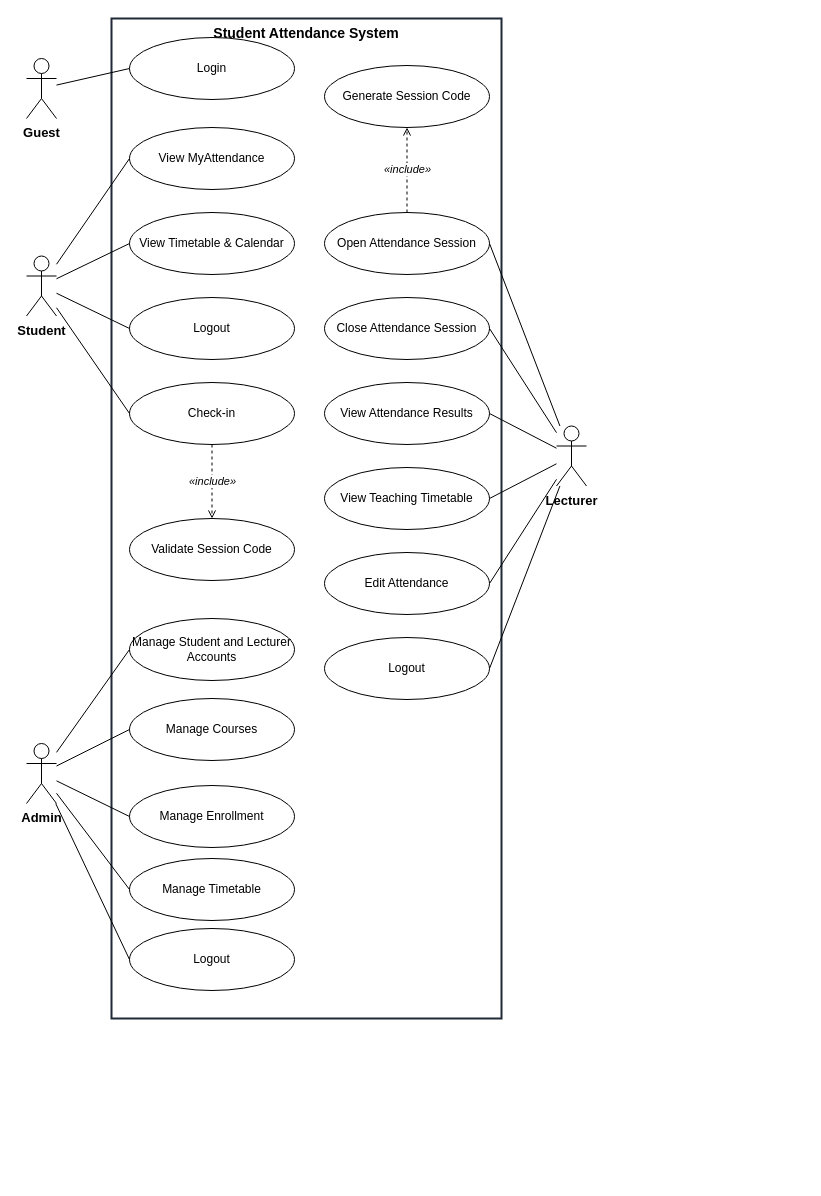
This is Student_Attendance_Usecase.drawio.xml from QnTIie2409/CNPM-GROUP03, a draw.io file, before an edit. Source tidied: cells renumbered, new cells numbered last; positions are measured from the earlier drawing's top-left corner, leaving out a move shared by most shapes. Both pictures are drawn from the tidied source at 100%, with x=0, y=0 at pixel (26, 18).
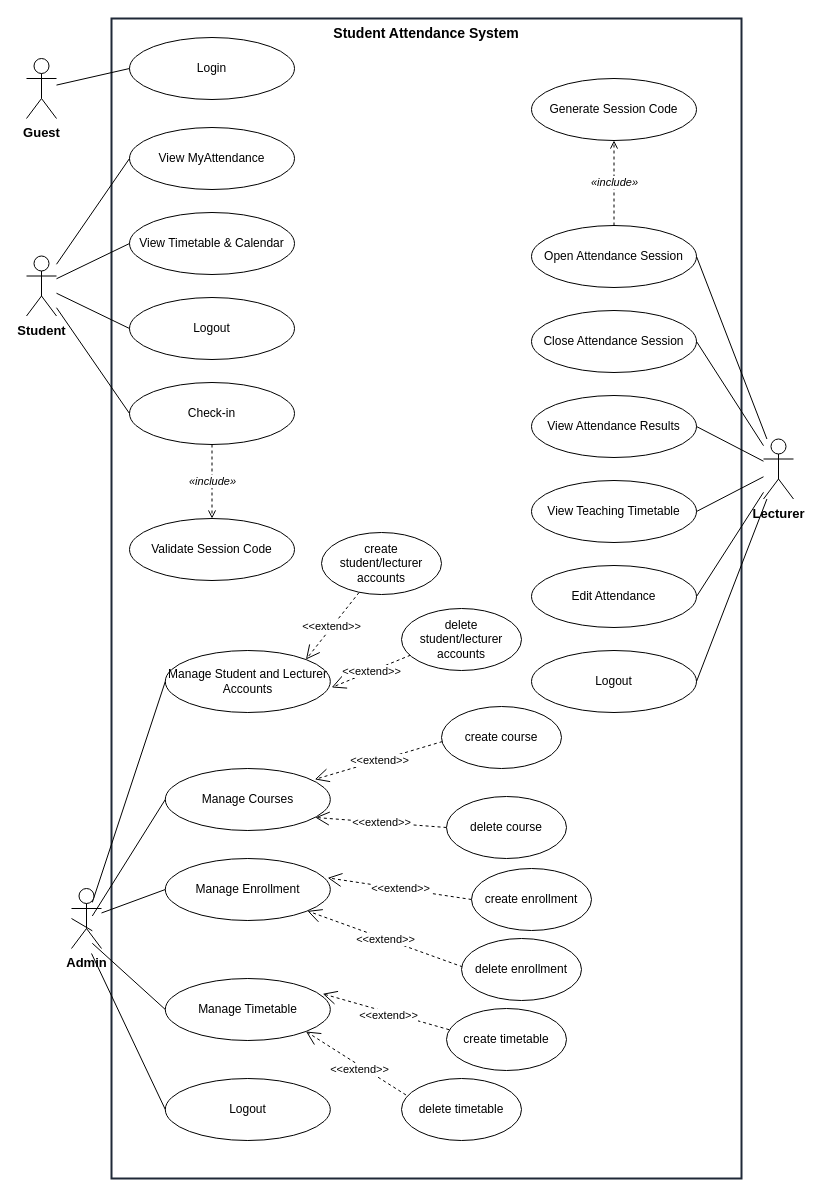
After the change.

Change to the diagram source:
```diff
@@
     <mxCell id="2" value="&lt;b&gt;Student Attendance System&lt;/b&gt;" style="rounded=0;whiteSpace=wrap;html=1;fillColor=none;strokeColor=#1f2937;strokeWidth=2;verticalAlign=top;fontSize=14;align=center;" parent="1" vertex="1">
-      <mxGeometry x="85" width="390" height="1000" as="geometry" />
+      <mxGeometry x="85" width="630" height="1160" as="geometry" />
     </mxCell>
@@
     <mxCell id="8" value="Manage Student and Lecturer Accounts" style="ellipse;whiteSpace=wrap;html=1;fontSize=12;" parent="1" vertex="1">
-      <mxGeometry x="103" y="600" width="165" height="62" as="geometry" />
+      <mxGeometry x="138.8" y="632" width="165" height="62" as="geometry" />
     </mxCell>
     <mxCell id="9" value="Manage Courses" style="ellipse;whiteSpace=wrap;html=1;fontSize=12;" parent="1" vertex="1">
-      <mxGeometry x="103" y="680" width="165" height="62" as="geometry" />
+      <mxGeometry x="138.8" y="750" width="165" height="62" as="geometry" />
     </mxCell>
     <mxCell id="10" value="Manage Enrollment" style="ellipse;whiteSpace=wrap;html=1;fontSize=12;" parent="1" vertex="1">
-      <mxGeometry x="103" y="767" width="165" height="62" as="geometry" />
+      <mxGeometry x="138.8" y="840" width="165" height="62" as="geometry" />
     </mxCell>
     <mxCell id="11" value="Logout" style="ellipse;whiteSpace=wrap;html=1;fontSize=12;" parent="1" vertex="1">
-      <mxGeometry x="103" y="910" width="165" height="62" as="geometry" />
+      <mxGeometry x="138.8" y="1060" width="165" height="62" as="geometry" />
     </mxCell>
     <mxCell id="12" value="Generate Session Code" style="ellipse;whiteSpace=wrap;html=1;fontSize=12;" parent="1" vertex="1">
-      <mxGeometry x="298" y="47" width="165" height="62" as="geometry" />
+      <mxGeometry x="505" y="60" width="165" height="62" as="geometry" />
     </mxCell>
     <mxCell id="13" value="Open Attendance Session" style="ellipse;whiteSpace=wrap;html=1;fontSize=12;" parent="1" vertex="1">
-      <mxGeometry x="298" y="194" width="165" height="62" as="geometry" />
+      <mxGeometry x="505" y="207" width="165" height="62" as="geometry" />
     </mxCell>
     <mxCell id="14" value="Close Attendance Session" style="ellipse;whiteSpace=wrap;html=1;fontSize=12;" parent="1" vertex="1">
-      <mxGeometry x="298" y="279" width="165" height="62" as="geometry" />
+      <mxGeometry x="505" y="292" width="165" height="62" as="geometry" />
     </mxCell>
     <mxCell id="15" value="View Attendance Results" style="ellipse;whiteSpace=wrap;html=1;fontSize=12;" parent="1" vertex="1">
-      <mxGeometry x="298" y="364" width="165" height="62" as="geometry" />
+      <mxGeometry x="505" y="377" width="165" height="62" as="geometry" />
     </mxCell>
     <mxCell id="16" value="Edit Attendance" style="ellipse;whiteSpace=wrap;html=1;fontSize=12;" parent="1" vertex="1">
-      <mxGeometry x="298" y="534" width="165" height="62" as="geometry" />
+      <mxGeometry x="505" y="547" width="165" height="62" as="geometry" />
     </mxCell>
     <mxCell id="17" value="Logout" style="ellipse;whiteSpace=wrap;html=1;fontSize=12;" parent="1" vertex="1">
-      <mxGeometry x="298" y="619" width="165" height="62" as="geometry" />
+      <mxGeometry x="505" y="632" width="165" height="62" as="geometry" />
     </mxCell>
@@
-    <mxCell id="20" value="Admin" style="shape=umlActor;verticalLabelPosition=bottom;verticalAlign=top;html=1;outlineConnect=0;fontStyle=1;fontSize=13;" parent="1" vertex="1">
-      <mxGeometry y="725" width="30" height="60" as="geometry" />
-    </mxCell>
     <mxCell id="21" value="Lecturer" style="shape=umlActor;verticalLabelPosition=bottom;verticalAlign=top;html=1;outlineConnect=0;fontStyle=1;fontSize=13;" parent="1" vertex="1">
-      <mxGeometry x="530" y="407.5" width="30" height="60" as="geometry" />
+      <mxGeometry x="737" y="420.5" width="30" height="60" as="geometry" />
     </mxCell>
@@
-    <mxCell id="26" style="endArrow=none;html=1;entryX=0;entryY=0.5;entryDx=0;entryDy=0;" parent="1" edge="1" source="20" target="8">
-      <mxGeometry relative="1" as="geometry" />
+    <mxCell id="26" style="endArrow=none;html=1;entryX=0;entryY=0.5;entryDx=0;entryDy=0;" parent="1" edge="1" target="8">
+      <mxGeometry relative="1" as="geometry">
+        <mxPoint x="65.8" y="883.9" as="sourcePoint" />
+      </mxGeometry>
     </mxCell>
-    <mxCell id="27" style="endArrow=none;html=1;entryX=0;entryY=0.5;entryDx=0;entryDy=0;" parent="1" edge="1" source="20" target="9">
-      <mxGeometry relative="1" as="geometry" />
+    <mxCell id="27" style="endArrow=none;html=1;entryX=0;entryY=0.5;entryDx=0;entryDy=0;" parent="1" edge="1" target="9">
+      <mxGeometry relative="1" as="geometry">
+        <mxPoint x="65.8" y="897.5" as="sourcePoint" />
+      </mxGeometry>
     </mxCell>
@@
-    <mxCell id="29" style="endArrow=none;html=1;entryX=0;entryY=0.5;entryDx=0;entryDy=0;" parent="1" edge="1" source="20" target="11">
-      <mxGeometry relative="1" as="geometry" />
+    <mxCell id="29" style="endArrow=none;html=1;entryX=0;entryY=0.5;entryDx=0;entryDy=0;" parent="1" edge="1" target="11">
+      <mxGeometry relative="1" as="geometry">
+        <mxPoint x="65" y="935" as="sourcePoint" />
+      </mxGeometry>
     </mxCell>
@@
     <mxCell id="38" value="Manage Timetable" style="ellipse;whiteSpace=wrap;html=1;fontSize=12;" parent="1" vertex="1">
-      <mxGeometry x="103" y="840" width="165" height="62" as="geometry" />
+      <mxGeometry x="138.8" y="960" width="165" height="62" as="geometry" />
     </mxCell>
     <mxCell id="39" value="View Teaching Timetable" style="ellipse;whiteSpace=wrap;html=1;fontSize=12;" parent="1" vertex="1">
-      <mxGeometry x="298" y="449" width="165" height="62" as="geometry" />
+      <mxGeometry x="505" y="462" width="165" height="62" as="geometry" />
     </mxCell>
@@
-    <mxCell id="41" style="endArrow=none;html=1;entryX=0;entryY=0.5;entryDx=0;entryDy=0;" parent="1" edge="1" source="20" target="38">
-      <mxGeometry relative="1" as="geometry" />
+    <mxCell id="41" style="endArrow=none;html=1;entryX=0;entryY=0.5;entryDx=0;entryDy=0;" parent="1" edge="1" target="38">
+      <mxGeometry relative="1" as="geometry">
+        <mxPoint x="65.8" y="924.8" as="sourcePoint" />
+      </mxGeometry>
     </mxCell>
@@
+    <mxCell id="43" value="&amp;lt;&amp;lt;extend&amp;gt;&amp;gt;" style="endArrow=open;endSize=12;dashed=1;html=1;rounded=0;defaultLabelBackgroundColor=page;entryX=1;entryY=0;entryDx=0;entryDy=0;exitX=0.313;exitY=0.968;exitDx=0;exitDy=0;exitPerimeter=0;" parent="1" edge="1" source="52" target="8">
+      <mxGeometry x="0.02" relative="1" as="geometry" />
+    </mxCell>
+    <mxCell id="44" value="&amp;lt;&amp;lt;extend&amp;gt;&amp;gt;" style="endArrow=open;endSize=12;dashed=1;html=1;rounded=0;defaultLabelBackgroundColor=page;entryX=1.008;entryY=0.596;entryDx=0;entryDy=0;entryPerimeter=0;exitX=0.075;exitY=0.753;exitDx=0;exitDy=0;exitPerimeter=0;" parent="1" edge="1" source="53" target="8">
+      <mxGeometry x="-0.01" relative="1" as="geometry" />
+    </mxCell>
+    <mxCell id="45" value="&amp;lt;&amp;lt;extend&amp;gt;&amp;gt;" style="endArrow=open;endSize=12;dashed=1;html=1;rounded=0;defaultLabelBackgroundColor=page;entryX=0.906;entryY=0.176;entryDx=0;entryDy=0;entryPerimeter=0;exitX=0.008;exitY=0.565;exitDx=0;exitDy=0;exitPerimeter=0;" parent="1" edge="1" source="54" target="9">
+      <mxGeometry x="-0.01" relative="1" as="geometry" />
+    </mxCell>
+    <mxCell id="46" value="&amp;lt;&amp;lt;extend&amp;gt;&amp;gt;" style="endArrow=open;endSize=12;dashed=1;html=1;rounded=0;defaultLabelBackgroundColor=page;entryX=0.909;entryY=0.79;entryDx=0;entryDy=0;entryPerimeter=0;exitX=0;exitY=0.5;exitDx=0;exitDy=0;" parent="1" edge="1" source="55" target="9">
+      <mxGeometry x="-0.01" relative="1" as="geometry" />
+    </mxCell>
+    <mxCell id="47" value="&amp;lt;&amp;lt;extend&amp;gt;&amp;gt;" style="endArrow=open;endSize=12;dashed=1;html=1;rounded=0;defaultLabelBackgroundColor=page;exitX=0.01;exitY=0.458;exitDx=0;exitDy=0;exitPerimeter=0;" parent="1" edge="1" source="59" target="10">
+      <mxGeometry x="-0.01" relative="1" as="geometry" />
+    </mxCell>
+    <mxCell id="48" value="&amp;lt;&amp;lt;extend&amp;gt;&amp;gt;" style="endArrow=open;endSize=12;dashed=1;html=1;rounded=0;defaultLabelBackgroundColor=page;entryX=0.984;entryY=0.312;entryDx=0;entryDy=0;entryPerimeter=0;exitX=0;exitY=0.5;exitDx=0;exitDy=0;" parent="1" edge="1" source="56" target="10">
+      <mxGeometry x="-0.01" relative="1" as="geometry" />
+    </mxCell>
+    <mxCell id="49" style="endArrow=none;html=1;entryX=0;entryY=0.5;entryDx=0;entryDy=0;" parent="1" edge="1" target="20">
+      <mxGeometry relative="1" as="geometry">
+        <mxPoint x="65.8" y="912.3" as="sourcePoint" />
+      </mxGeometry>
+    </mxCell>
+    <mxCell id="20" value="Admin" style="shape=umlActor;verticalLabelPosition=bottom;verticalAlign=top;html=1;outlineConnect=0;fontStyle=1;fontSize=13;" parent="1" vertex="1">
+      <mxGeometry x="45" y="870" width="30" height="60" as="geometry" />
+    </mxCell>
+    <mxCell id="50" value="&amp;lt;&amp;lt;extend&amp;gt;&amp;gt;" style="endArrow=open;endSize=12;dashed=1;html=1;rounded=0;defaultLabelBackgroundColor=page;entryX=0.954;entryY=0.247;entryDx=0;entryDy=0;entryPerimeter=0;exitX=0.022;exitY=0.342;exitDx=0;exitDy=0;exitPerimeter=0;" parent="1" edge="1" source="58" target="38">
+      <mxGeometry x="-0.06" y="3" relative="1" as="geometry" />
+    </mxCell>
+    <mxCell id="51" value="&amp;lt;&amp;lt;extend&amp;gt;&amp;gt;" style="endArrow=open;endSize=12;dashed=1;html=1;rounded=0;defaultLabelBackgroundColor=page;entryX=1;entryY=1;entryDx=0;entryDy=0;exitX=0.037;exitY=0.265;exitDx=0;exitDy=0;exitPerimeter=0;" parent="1" edge="1" source="57" target="38">
+      <mxGeometry x="-0.1" y="3" relative="1" as="geometry" />
+    </mxCell>
+    <mxCell id="52" value="create student/lecturer accounts" style="ellipse;whiteSpace=wrap;html=1;fontSize=12;" parent="1" vertex="1">
+      <mxGeometry x="295" y="514" width="120" height="62" as="geometry" />
+    </mxCell>
+    <mxCell id="53" value="delete student/lecturer accounts" style="ellipse;whiteSpace=wrap;html=1;fontSize=12;" parent="1" vertex="1">
+      <mxGeometry x="375" y="590" width="120" height="62" as="geometry" />
+    </mxCell>
+    <mxCell id="54" value="create course" style="ellipse;whiteSpace=wrap;html=1;fontSize=12;" parent="1" vertex="1">
+      <mxGeometry x="415" y="688" width="120" height="62" as="geometry" />
+    </mxCell>
+    <mxCell id="55" value="delete course" style="ellipse;whiteSpace=wrap;html=1;fontSize=12;" parent="1" vertex="1">
+      <mxGeometry x="420" y="778" width="120" height="62" as="geometry" />
+    </mxCell>
+    <mxCell id="56" value="create enrollment" style="ellipse;whiteSpace=wrap;html=1;fontSize=12;" parent="1" vertex="1">
+      <mxGeometry x="445" y="850" width="120" height="62" as="geometry" />
+    </mxCell>
+    <mxCell id="57" value="delete timetable" style="ellipse;whiteSpace=wrap;html=1;fontSize=12;" parent="1" vertex="1">
+      <mxGeometry x="375" y="1060" width="120" height="62" as="geometry" />
+    </mxCell>
+    <mxCell id="58" value="create timetable" style="ellipse;whiteSpace=wrap;html=1;fontSize=12;" parent="1" vertex="1">
+      <mxGeometry x="420" y="990" width="120" height="62" as="geometry" />
+    </mxCell>
+    <mxCell id="59" value="delete enrollment" style="ellipse;whiteSpace=wrap;html=1;fontSize=12;" parent="1" vertex="1">
+      <mxGeometry x="435" y="920" width="120" height="62" as="geometry" />
+    </mxCell>
```
